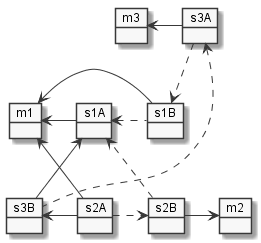
Above: documentation/protocol/img/conn-message-container-2simultaneous.png in researchstudio-sat/webofneeds (PlantUML), before the change.
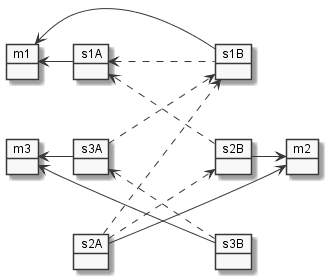
The same diagram one commit later.

What changed in the source:
```diff
@@ -16,19 +16,30 @@
 
 s1A -left->  m1A
 s1B .left.>  s1A
-s1B -left->  m1A
+s1B -[norank]left->  m1A
 
 s2B -right-> m2B
-s2A .right.> s2B
-s2B ..> s1A
+s2A .[norank].> s2B
+s2A -[norank]-> m2B
+s2A .[norank].> s1B
+s2B .[norank].> s1A
 
 s3A -left-> m3A
-s3B .left.> s3A
-s3A ..> s1B
-
-s2A -left-> s3B
-s3B -up-> s1A
-s2A -up-> m1A
+s3B .[norank].> s3A
+s3B -[norank]-> m3A
+s3A .[norank].> s1B
 
 
+s3B -[hidden]up-> s2B
+s2B -[hidden]up-> s1B
+s1B -[hidden]down-> s2B
+s2A -[hidden]up-> s3A
+m3A -[hidden]up-> m1A
+s3A -[hidden]up-> s1A
+
+object "x" as x
+x -[hidden]left-> s1B
+x -[hidden]down-> m2B
+hide x
+
 @enduml
```
